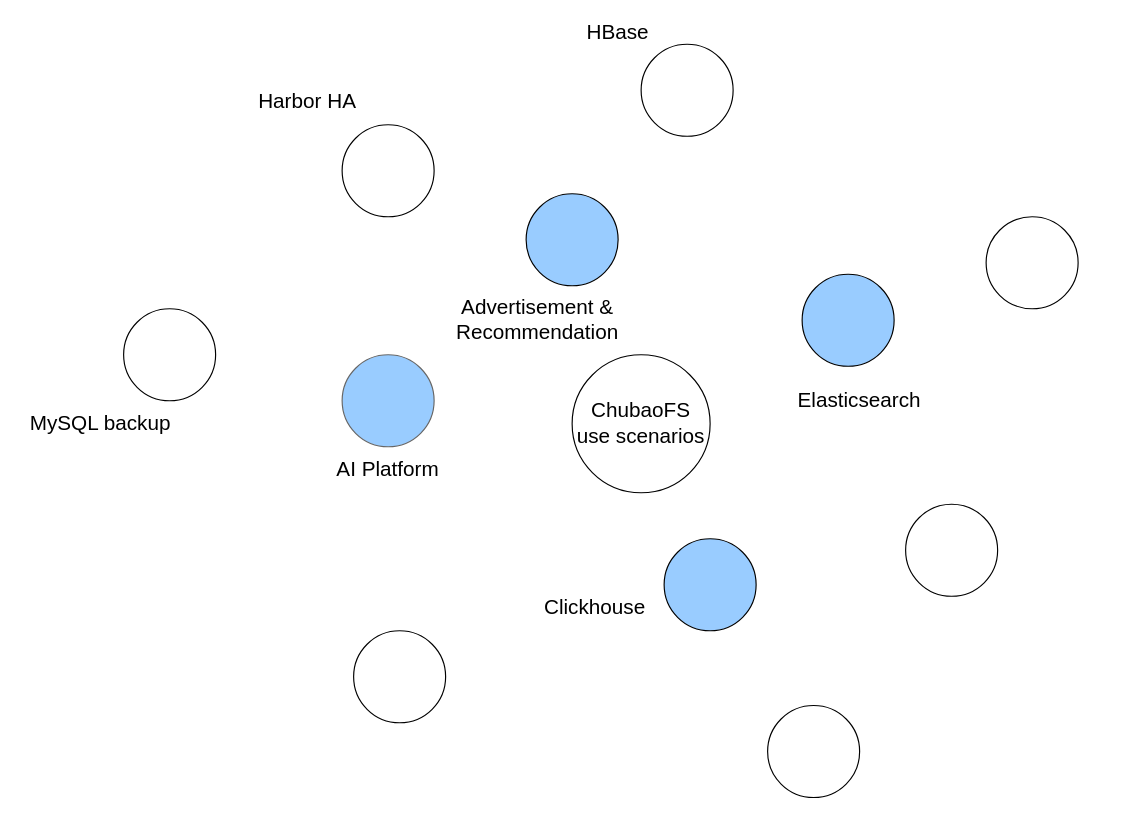
shuoranliu/drawio keeps this draw.io diagram as chubaofs/src/chubaofs_adoptions_jd.drawio. Above is the earlier version. Source tidied: cells renumbered, new cells numbered last; positions are measured from the earlier drawing's top-left corner, leaving out a move shared by most shapes. Both pictures are drawn from the tidied source at 115%, with x=0, y=0 at pixel (20, 21).
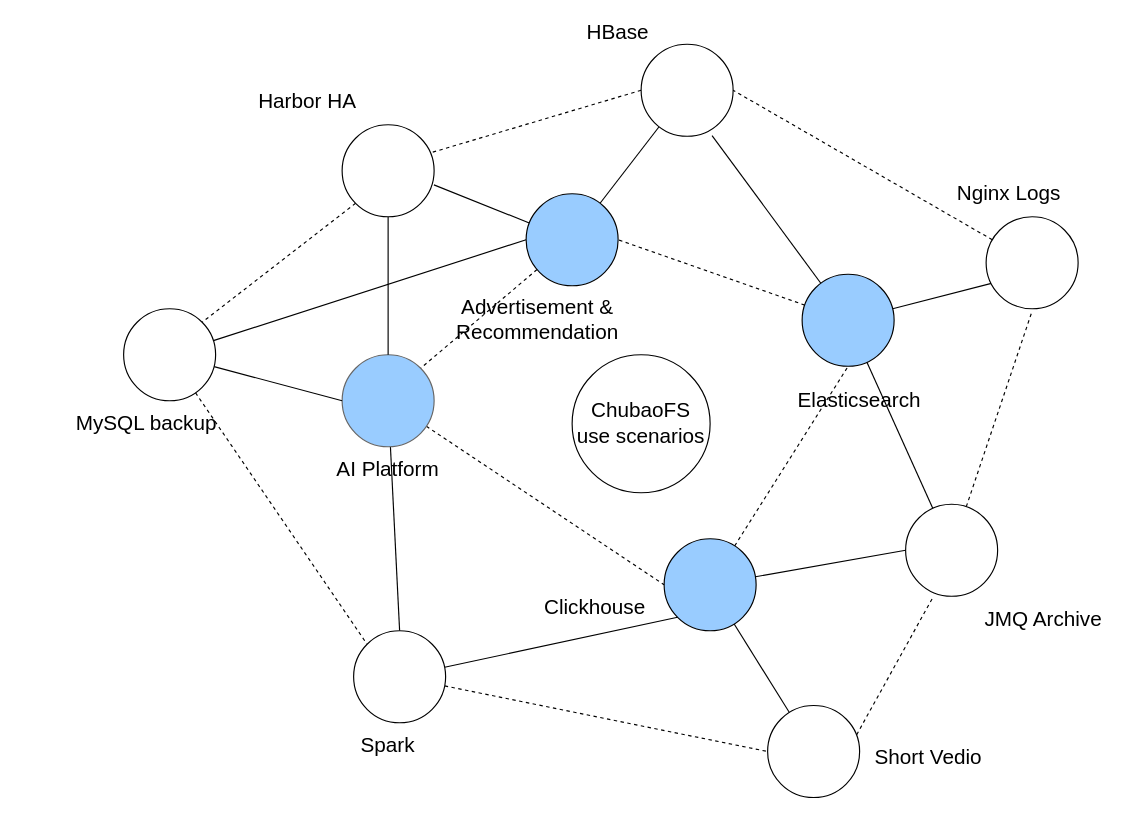
After the change.

Unchanged cells that the change refers to:
```xml
<mxCell id="3" style="ellipse;whiteSpace=wrap;html=1;fillColor=#99CCFF;" parent="1" vertex="1">
  <mxGeometry x="440" y="150" width="80" height="80" as="geometry" />
</mxCell>
<mxCell id="4" style="ellipse;whiteSpace=wrap;html=1;strokeColor=#000000;fillColor=#99CCFF;" parent="1" vertex="1">
  <mxGeometry x="680" y="220" width="80" height="80" as="geometry" />
</mxCell>
<mxCell id="5" style="ellipse;whiteSpace=wrap;html=1;fillColor=#99CCFF;" parent="1" vertex="1">
  <mxGeometry x="560" y="450" width="80" height="80" as="geometry" />
</mxCell>
<mxCell id="6" style="ellipse;whiteSpace=wrap;html=1;fillColor=#99CCFF;strokeColor=#666666;" parent="1" vertex="1">
  <mxGeometry x="280" y="290" width="80" height="80" as="geometry" />
</mxCell>
<mxCell id="9" style="ellipse;whiteSpace=wrap;html=1;fillColor=#FFFFFF;" parent="1" vertex="1">
  <mxGeometry x="540" y="20" width="80" height="80" as="geometry" />
</mxCell>
<mxCell id="10" style="ellipse;whiteSpace=wrap;html=1;fillColor=#FFFFFF;" parent="1" vertex="1">
  <mxGeometry x="280" y="90" width="80" height="80" as="geometry" />
</mxCell>
<mxCell id="11" style="ellipse;whiteSpace=wrap;html=1;fillColor=#FFFFFF;" parent="1" vertex="1">
  <mxGeometry x="90" y="250" width="80" height="80" as="geometry" />
</mxCell>
<mxCell id="12" style="ellipse;whiteSpace=wrap;html=1;fillColor=#FFFFFF;" parent="1" vertex="1">
  <mxGeometry x="840" y="170" width="80" height="80" as="geometry" />
</mxCell>
<mxCell id="13" style="ellipse;whiteSpace=wrap;html=1;fillColor=#FFFFFF;" parent="1" vertex="1">
  <mxGeometry x="770" y="420" width="80" height="80" as="geometry" />
</mxCell>
<mxCell id="14" style="ellipse;whiteSpace=wrap;html=1;fillColor=#FFFFFF;" parent="1" vertex="1">
  <mxGeometry x="650" y="595" width="80" height="80" as="geometry" />
</mxCell>
<mxCell id="15" style="ellipse;whiteSpace=wrap;html=1;fillColor=#FFFFFF;" parent="1" vertex="1">
  <mxGeometry x="290" y="530" width="80" height="80" as="geometry" />
</mxCell>
```

What changed in the source:
```diff
@@
+    <mxCell id="21" style="jettySize=auto;html=1;entryX=1;entryY=0;entryDx=0;entryDy=0;dashed=1;endArrow=none;endFill=0;" parent="1" edge="1" source="3" target="6">
+      <mxGeometry relative="1" as="geometry" />
+    </mxCell>
+    <mxCell id="22" style="edgeStyle=none;jettySize=auto;html=1;endArrow=none;endFill=0;strokeColor=#000000;" parent="1" edge="1" source="3" target="9">
+      <mxGeometry relative="1" as="geometry" />
+    </mxCell>
+    <mxCell id="23" style="edgeStyle=none;jettySize=auto;html=1;entryX=0.998;entryY=0.653;entryDx=0;entryDy=0;entryPerimeter=0;endArrow=none;endFill=0;strokeColor=#000000;" parent="1" edge="1" source="3" target="10">
+      <mxGeometry relative="1" as="geometry" />
+    </mxCell>
@@
+    <mxCell id="24" style="edgeStyle=none;jettySize=auto;html=1;entryX=1;entryY=0.5;entryDx=0;entryDy=0;dashed=1;endArrow=none;endFill=0;strokeColor=#000000;" parent="1" edge="1" source="4" target="3">
+      <mxGeometry relative="1" as="geometry" />
+    </mxCell>
+    <mxCell id="25" style="edgeStyle=none;jettySize=auto;html=1;entryX=0.057;entryY=0.724;entryDx=0;entryDy=0;entryPerimeter=0;endArrow=none;endFill=0;strokeColor=#000000;" parent="1" edge="1" source="4" target="12">
+      <mxGeometry relative="1" as="geometry" />
+    </mxCell>
+    <mxCell id="26" style="edgeStyle=none;jettySize=auto;html=1;entryX=0.771;entryY=0.992;entryDx=0;entryDy=0;entryPerimeter=0;endArrow=none;endFill=0;strokeColor=#000000;" parent="1" edge="1" source="4" target="9">
+      <mxGeometry relative="1" as="geometry" />
+    </mxCell>
+    <mxCell id="27" style="edgeStyle=none;jettySize=auto;html=1;endArrow=none;endFill=0;strokeColor=#000000;" parent="1" edge="1" source="4" target="13">
+      <mxGeometry relative="1" as="geometry" />
+    </mxCell>
@@
+    <mxCell id="28" style="edgeStyle=none;jettySize=auto;html=1;entryX=0.5;entryY=1;entryDx=0;entryDy=0;dashed=1;endArrow=none;endFill=0;strokeColor=#000000;" parent="1" edge="1" source="5" target="4">
+      <mxGeometry relative="1" as="geometry" />
+    </mxCell>
+    <mxCell id="29" style="edgeStyle=none;jettySize=auto;html=1;entryX=0;entryY=0.5;entryDx=0;entryDy=0;endArrow=none;endFill=0;strokeColor=#000000;" parent="1" edge="1" source="5" target="13">
+      <mxGeometry relative="1" as="geometry" />
+    </mxCell>
+    <mxCell id="30" style="edgeStyle=none;jettySize=auto;html=1;endArrow=none;endFill=0;strokeColor=#000000;" parent="1" edge="1" source="5" target="14">
+      <mxGeometry relative="1" as="geometry" />
+    </mxCell>
@@
+    <mxCell id="31" style="edgeStyle=none;jettySize=auto;html=1;entryX=0;entryY=0.5;entryDx=0;entryDy=0;dashed=1;endArrow=none;endFill=0;strokeColor=#000000;" parent="1" edge="1" source="6" target="5">
+      <mxGeometry relative="1" as="geometry" />
+    </mxCell>
+    <mxCell id="32" style="edgeStyle=none;jettySize=auto;html=1;entryX=0.5;entryY=0;entryDx=0;entryDy=0;endArrow=none;endFill=0;strokeColor=#000000;" parent="1" edge="1" source="6" target="15">
+      <mxGeometry relative="1" as="geometry" />
+    </mxCell>
@@
+    <mxCell id="33" style="edgeStyle=none;jettySize=auto;html=1;entryX=0.95;entryY=0.308;entryDx=0;entryDy=0;entryPerimeter=0;dashed=1;endArrow=none;endFill=0;strokeColor=#000000;exitX=0;exitY=0.5;exitDx=0;exitDy=0;" parent="1" edge="1" source="9" target="10">
+      <mxGeometry relative="1" as="geometry" />
+    </mxCell>
@@
+    <mxCell id="34" style="edgeStyle=none;jettySize=auto;html=1;exitX=0;exitY=1;exitDx=0;exitDy=0;entryX=1;entryY=0;entryDx=0;entryDy=0;dashed=1;endArrow=none;endFill=0;strokeColor=#000000;" parent="1" edge="1" source="10" target="11">
+      <mxGeometry relative="1" as="geometry" />
+    </mxCell>
+    <mxCell id="35" style="edgeStyle=none;jettySize=auto;html=1;entryX=0.5;entryY=0;entryDx=0;entryDy=0;endArrow=none;endFill=0;strokeColor=#000000;" parent="1" edge="1" source="10" target="6">
+      <mxGeometry relative="1" as="geometry" />
+    </mxCell>
@@
+    <mxCell id="36" style="edgeStyle=none;jettySize=auto;html=1;entryX=0;entryY=0;entryDx=0;entryDy=0;dashed=1;endArrow=none;endFill=0;strokeColor=#000000;" parent="1" edge="1" source="11" target="15">
+      <mxGeometry relative="1" as="geometry" />
+    </mxCell>
+    <mxCell id="37" style="edgeStyle=none;jettySize=auto;html=1;entryX=0;entryY=0.5;entryDx=0;entryDy=0;endArrow=none;endFill=0;strokeColor=#000000;" parent="1" edge="1" source="11" target="3">
+      <mxGeometry relative="1" as="geometry" />
+    </mxCell>
+    <mxCell id="38" style="edgeStyle=none;jettySize=auto;html=1;entryX=0;entryY=0.5;entryDx=0;entryDy=0;endArrow=none;endFill=0;strokeColor=#000000;" parent="1" edge="1" source="11" target="6">
+      <mxGeometry relative="1" as="geometry" />
+    </mxCell>
@@
+    <mxCell id="39" style="edgeStyle=none;jettySize=auto;html=1;entryX=1;entryY=0.5;entryDx=0;entryDy=0;dashed=1;endArrow=none;endFill=0;strokeColor=#000000;" parent="1" edge="1" source="12" target="9">
+      <mxGeometry relative="1" as="geometry" />
+    </mxCell>
@@
+    <mxCell id="40" style="edgeStyle=none;jettySize=auto;html=1;dashed=1;endArrow=none;endFill=0;strokeColor=#000000;" parent="1" edge="1" source="13">
+      <mxGeometry relative="1" as="geometry">
+        <mxPoint x="880" y="252" as="targetPoint" />
+      </mxGeometry>
+    </mxCell>
@@
+    <mxCell id="41" style="edgeStyle=none;jettySize=auto;html=1;entryX=0.301;entryY=1.004;entryDx=0;entryDy=0;entryPerimeter=0;dashed=1;endArrow=none;endFill=0;strokeColor=#000000;exitX=0.968;exitY=0.317;exitDx=0;exitDy=0;exitPerimeter=0;" parent="1" edge="1" source="14" target="13">
+      <mxGeometry relative="1" as="geometry" />
+    </mxCell>
@@
+    <mxCell id="42" style="edgeStyle=none;jettySize=auto;html=1;entryX=0;entryY=0.5;entryDx=0;entryDy=0;dashed=1;endArrow=none;endFill=0;strokeColor=#000000;" parent="1" edge="1" source="15" target="14">
+      <mxGeometry relative="1" as="geometry" />
+    </mxCell>
+    <mxCell id="43" style="edgeStyle=none;jettySize=auto;html=1;entryX=0;entryY=1;entryDx=0;entryDy=0;endArrow=none;endFill=0;strokeColor=#000000;" parent="1" edge="1" source="15" target="5">
+      <mxGeometry relative="1" as="geometry" />
+    </mxCell>
@@
     <mxCell id="20" value="&lt;font style=&quot;font-size: 18px&quot;&gt;MySQL backup&lt;/font&gt;" style="text;html=1;strokeColor=none;fillColor=none;align=center;verticalAlign=middle;whiteSpace=wrap;rounded=0;" parent="1" vertex="1">
-      <mxGeometry y="340" width="140" height="20" as="geometry" />
+      <mxGeometry x="40" y="340" width="140" height="20" as="geometry" />
     </mxCell>
+    <mxCell id="44" value="&lt;font style=&quot;font-size: 18px&quot;&gt;Spark&lt;/font&gt;" style="text;html=1;strokeColor=none;fillColor=none;align=center;verticalAlign=middle;whiteSpace=wrap;rounded=0;" parent="1" vertex="1">
+      <mxGeometry x="250" y="620" width="140" height="20" as="geometry" />
+    </mxCell>
+    <mxCell id="45" value="&lt;font style=&quot;font-size: 18px&quot;&gt;Short Vedio&lt;/font&gt;" style="text;html=1;strokeColor=none;fillColor=none;align=center;verticalAlign=middle;whiteSpace=wrap;rounded=0;" parent="1" vertex="1">
+      <mxGeometry x="720" y="630" width="140" height="20" as="geometry" />
+    </mxCell>
+    <mxCell id="46" value="&lt;font style=&quot;font-size: 18px&quot;&gt;Nginx Logs&lt;/font&gt;" style="text;html=1;strokeColor=none;fillColor=none;align=center;verticalAlign=middle;whiteSpace=wrap;rounded=0;" parent="1" vertex="1">
+      <mxGeometry x="790" y="140" width="140" height="20" as="geometry" />
+    </mxCell>
+    <mxCell id="47" value="&lt;font style=&quot;font-size: 18px&quot;&gt;JMQ Archive&lt;/font&gt;" style="text;html=1;strokeColor=none;fillColor=none;align=center;verticalAlign=middle;whiteSpace=wrap;rounded=0;" parent="1" vertex="1">
+      <mxGeometry x="820" y="510" width="140" height="20" as="geometry" />
+    </mxCell>
```
